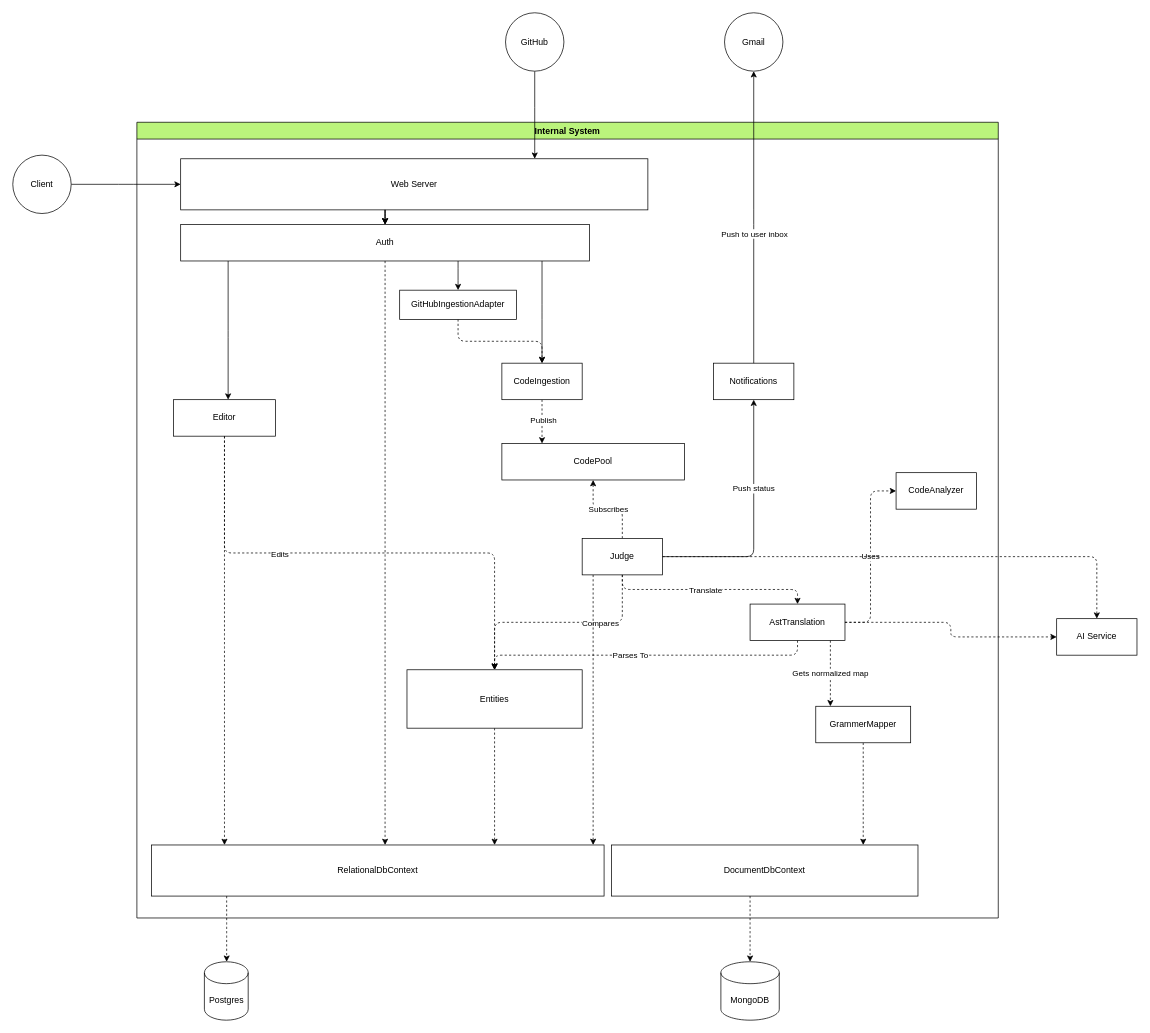
Before: Docs/Internal/architecture.drawio in Wright-u/core-backend, a draw.io diagram. Source tidied: cells renumbered, new cells numbered last; positions are measured from the earlier drawing's top-left corner, leaving out a move shared by most shapes. Both pictures are drawn from the tidied source at 73%, with x=0, y=0 at pixel (12, 12).
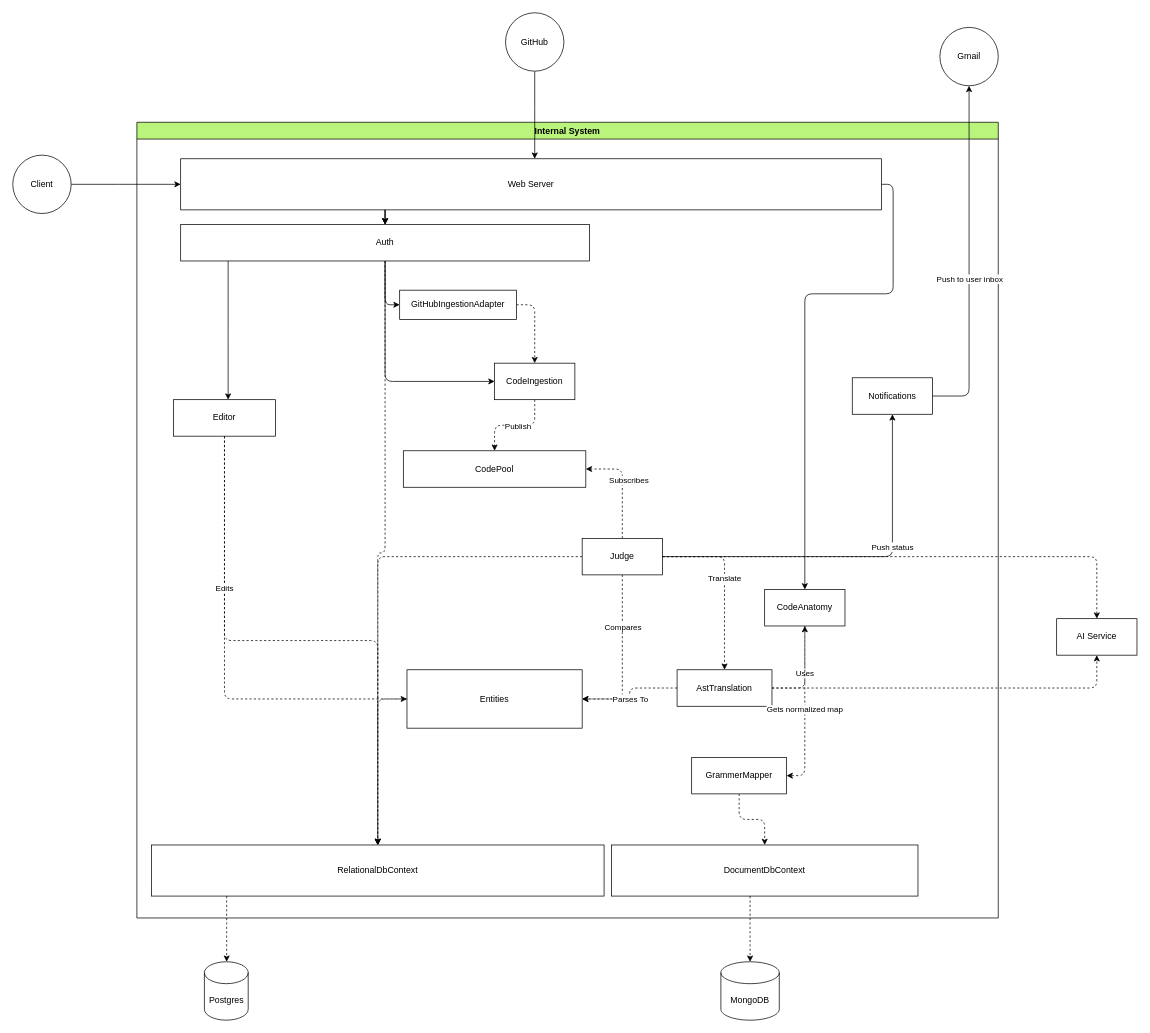
The same diagram, later.

Commit message (it also covers changes not shown here):
Update architecture diagrams for CodeAnatomy and add design.drawio

Unchanged cells that the change refers to:
```xml
<mxCell id="2" value="Internal System" style="swimlane;whiteSpace=wrap;html=1;fillColor=light-dark(#BBF47C,#BBF47C);fontColor=light-dark(#000000,#000000);" parent="1" vertex="1">
  <mxGeometry x="170" y="150" width="1180" height="1090" as="geometry" />
</mxCell>
<mxCell id="11" value="Judge" style="html=1;whiteSpace=wrap;" parent="2" vertex="1">
  <mxGeometry x="610" y="570" width="110" height="50" as="geometry" />
</mxCell>
<mxCell id="17" value="Entities" style="html=1;whiteSpace=wrap;" parent="2" vertex="1">
  <mxGeometry x="370" y="750" width="240" height="80" as="geometry" />
</mxCell>
<mxCell id="21" value="Editor" style="html=1;whiteSpace=wrap;" parent="2" vertex="1">
  <mxGeometry x="50" y="380" width="140" height="50" as="geometry" />
</mxCell>
<mxCell id="27" value="RelationalDbContext" style="html=1;whiteSpace=wrap;" parent="2" vertex="1">
  <mxGeometry x="20" y="990" width="620" height="70" as="geometry" />
</mxCell>
<mxCell id="36" value="GitHubIngestionAdapter" style="html=1;whiteSpace=wrap;" parent="2" vertex="1">
  <mxGeometry x="360" y="230" width="160" height="40" as="geometry" />
</mxCell>
<mxCell id="38" value="DocumentDbContext" style="html=1;whiteSpace=wrap;" parent="2" vertex="1">
  <mxGeometry x="650" y="990" width="420" height="70" as="geometry" />
</mxCell>
<mxCell id="43" value="Auth" style="html=1;whiteSpace=wrap;" parent="2" vertex="1">
  <mxGeometry x="60" y="140" width="560" height="50" as="geometry" />
</mxCell>
<mxCell id="45" value="AI Service" style="html=1;whiteSpace=wrap;" parent="1" vertex="1">
  <mxGeometry x="1430" y="830" width="110" height="50" as="geometry" />
</mxCell>
```

Change to the diagram source:
```diff
@@
-    <mxCell id="3" value="CodeAnalyzer" style="html=1;whiteSpace=wrap;" parent="2" vertex="1">
-      <mxGeometry x="1040" y="480" width="110" height="50" as="geometry" />
+    <mxCell id="3" value="CodeAnatomy" style="html=1;whiteSpace=wrap;" parent="2" vertex="1">
+      <mxGeometry x="860" y="640" width="110" height="50" as="geometry" />
     </mxCell>
-    <mxCell id="4" style="edgeStyle=elbowEdgeStyle;html=1;elbow=vertical;dashed=1;" parent="2" edge="1" source="11" target="17">
-      <mxGeometry relative="1" as="geometry" />
+    <mxCell id="4" style="edgeStyle=orthogonalEdgeStyle;html=1;elbow=vertical;dashed=1;libavoidRouting=1;" parent="2" edge="1" source="11" target="17">
+      <mxGeometry relative="1" as="geometry">
+        <Array as="points">
+          <mxPoint x="665" y="790" />
+        </Array>
+      </mxGeometry>
     </mxCell>
@@
-    <mxCell id="6" style="edgeStyle=elbowEdgeStyle;html=1;elbow=vertical;dashed=1;" parent="2" edge="1" source="11" target="37">
-      <mxGeometry relative="1" as="geometry" />
+    <mxCell id="6" style="edgeStyle=orthogonalEdgeStyle;html=1;elbow=vertical;dashed=1;libavoidRouting=1;" parent="2" edge="1" source="11" target="37">
+      <mxGeometry relative="1" as="geometry">
+        <Array as="points">
+          <mxPoint x="665" y="475" />
+        </Array>
+      </mxGeometry>
     </mxCell>
@@
-    <mxCell id="8" style="edgeStyle=elbowEdgeStyle;html=1;dashed=1;" parent="2" edge="1" source="11" target="27">
-      <mxGeometry relative="1" as="geometry" />
+    <mxCell id="8" style="edgeStyle=orthogonalEdgeStyle;html=1;dashed=1;libavoidRouting=1;" parent="2" edge="1" source="11" target="27">
+      <mxGeometry relative="1" as="geometry">
+        <Array as="points">
+          <mxPoint x="330" y="595" />
+        </Array>
+      </mxGeometry>
     </mxCell>
-    <mxCell id="9" style="edgeStyle=orthogonalEdgeStyle;html=1;elbow=vertical;" parent="2" edge="1" source="11" target="39">
-      <mxGeometry relative="1" as="geometry" />
+    <mxCell id="9" style="edgeStyle=orthogonalEdgeStyle;html=1;elbow=vertical;libavoidRouting=1;" parent="2" edge="1" source="11" target="39">
+      <mxGeometry relative="1" as="geometry">
+        <Array as="points">
+          <mxPoint x="1035" y="595" />
+        </Array>
+      </mxGeometry>
     </mxCell>
@@
     <mxCell id="12" value="AstTranslation" style="html=1;whiteSpace=wrap;" parent="2" vertex="1">
-      <mxGeometry x="840" y="660" width="130" height="50" as="geometry" />
+      <mxGeometry x="740" y="750" width="130" height="50" as="geometry" />
     </mxCell>
-    <mxCell id="13" style="edgeStyle=elbowEdgeStyle;html=1;dashed=1;elbow=vertical;" parent="2" edge="1" source="11" target="12">
-      <mxGeometry relative="1" as="geometry" />
+    <mxCell id="13" style="edgeStyle=orthogonalEdgeStyle;html=1;dashed=1;elbow=vertical;libavoidRouting=1;" parent="2" edge="1" source="11" target="12">
+      <mxGeometry relative="1" as="geometry">
+        <Array as="points">
+          <mxPoint x="805" y="595" />
+        </Array>
+      </mxGeometry>
     </mxCell>
@@
-    <mxCell id="15" value="Uses" style="edgeStyle=elbowEdgeStyle;html=1;dashed=1;elbow=horizontal;" parent="2" edge="1" source="12" target="3">
-      <mxGeometry relative="1" as="geometry" />
+    <mxCell id="15" value="Uses" style="edgeStyle=orthogonalEdgeStyle;html=1;dashed=1;elbow=horizontal;libavoidRouting=1;" parent="2" edge="1" source="12" target="3">
+      <mxGeometry relative="1" as="geometry">
+        <Array as="points">
+          <mxPoint x="915" y="775" />
+        </Array>
+      </mxGeometry>
     </mxCell>
-    <mxCell id="16" style="edgeStyle=elbowEdgeStyle;html=1;dashed=1;" parent="2" edge="1" source="17" target="27">
-      <mxGeometry relative="1" as="geometry" />
+    <mxCell id="16" style="edgeStyle=orthogonalEdgeStyle;html=1;dashed=1;libavoidRouting=1;" parent="2" edge="1" source="17" target="27">
+      <mxGeometry relative="1" as="geometry">
+        <Array as="points">
+          <mxPoint x="330" y="790" />
+        </Array>
+      </mxGeometry>
     </mxCell>
@@
-    <mxCell id="18" style="edgeStyle=elbowEdgeStyle;html=1;dashed=1;elbow=vertical;" parent="2" edge="1" source="12" target="17">
-      <mxGeometry relative="1" as="geometry" />
+    <mxCell id="18" style="edgeStyle=orthogonalEdgeStyle;html=1;dashed=1;elbow=vertical;libavoidRouting=1;" parent="2" edge="1" source="12" target="17">
+      <mxGeometry relative="1" as="geometry">
+        <Array as="points">
+          <mxPoint x="675" y="775" />
+          <mxPoint x="675" y="790" />
+        </Array>
+      </mxGeometry>
     </mxCell>
@@
-    <mxCell id="20" style="edgeStyle=elbowEdgeStyle;html=1;dashed=1;" parent="2" edge="1" source="21" target="27">
+    <mxCell id="20" style="edgeStyle=orthogonalEdgeStyle;html=1;dashed=1;" parent="2" edge="1" source="21" target="27">
       <mxGeometry relative="1" as="geometry" />
     </mxCell>
@@
-    <mxCell id="22" style="edgeStyle=elbowEdgeStyle;html=1;dashed=1;elbow=vertical;" parent="2" edge="1" source="21" target="17">
-      <mxGeometry relative="1" as="geometry" />
+    <mxCell id="22" style="edgeStyle=orthogonalEdgeStyle;html=1;dashed=1;elbow=vertical;libavoidRouting=1;" parent="2" edge="1" source="21" target="17">
+      <mxGeometry relative="1" as="geometry">
+        <Array as="points">
+          <mxPoint x="120" y="790" />
+        </Array>
+      </mxGeometry>
     </mxCell>
@@
-    <mxCell id="24" style="edgeStyle=elbowEdgeStyle;html=1;dashed=1;" parent="2" edge="1" source="25" target="38">
-      <mxGeometry relative="1" as="geometry" />
+    <mxCell id="24" style="edgeStyle=orthogonalEdgeStyle;html=1;dashed=1;libavoidRouting=1;" parent="2" edge="1" source="25" target="38">
+      <mxGeometry relative="1" as="geometry">
+        <Array as="points">
+          <mxPoint x="825" y="955" />
+          <mxPoint x="860" y="955" />
+        </Array>
+      </mxGeometry>
     </mxCell>
     <mxCell id="25" value="GrammerMapper" style="html=1;whiteSpace=wrap;" parent="2" vertex="1">
-      <mxGeometry x="930" y="800" width="130" height="50" as="geometry" />
+      <mxGeometry x="760" y="870" width="130" height="50" as="geometry" />
     </mxCell>
-    <mxCell id="26" value="Gets normalized map" style="edgeStyle=elbowEdgeStyle;html=1;dashed=1;elbow=horizontal;" parent="2" edge="1" source="12" target="25">
-      <mxGeometry relative="1" as="geometry" />
+    <mxCell id="26" value="Gets normalized map" style="edgeStyle=orthogonalEdgeStyle;html=1;dashed=1;elbow=horizontal;libavoidRouting=1;" parent="2" edge="1" source="3" target="25">
+      <mxGeometry relative="1" as="geometry">
+        <Array as="points">
+          <mxPoint x="915" y="895" />
+        </Array>
+      </mxGeometry>
     </mxCell>
@@
-    <mxCell id="29" style="edgeStyle=elbowEdgeStyle;html=1;" parent="2" edge="1" source="43" target="34">
-      <mxGeometry relative="1" as="geometry" />
+    <mxCell id="29" style="edgeStyle=orthogonalEdgeStyle;html=1;libavoidRouting=1;" parent="2" edge="1" source="43" target="34">
+      <mxGeometry relative="1" as="geometry">
+        <Array as="points">
+          <mxPoint x="340" y="355" />
+        </Array>
+      </mxGeometry>
     </mxCell>
-    <mxCell id="30" style="edgeStyle=elbowEdgeStyle;html=1;" parent="2" edge="1" source="43" target="36">
-      <mxGeometry relative="1" as="geometry" />
+    <mxCell id="30" style="edgeStyle=orthogonalEdgeStyle;html=1;libavoidRouting=1;" parent="2" edge="1" source="43" target="36">
+      <mxGeometry relative="1" as="geometry">
+        <Array as="points">
+          <mxPoint x="340" y="250" />
+        </Array>
+      </mxGeometry>
     </mxCell>
+    <mxCell id="59" style="edgeStyle=orthogonalEdgeStyle;html=1;libavoidRouting=1;" parent="2" edge="1" source="31" target="3">
+      <mxGeometry relative="1" as="geometry">
+        <Array as="points">
+          <mxPoint x="1036" y="85" />
+          <mxPoint x="1036" y="235" />
+          <mxPoint x="915" y="235" />
+        </Array>
+      </mxGeometry>
+    </mxCell>
     <mxCell id="31" value="Web Server" style="html=1;whiteSpace=wrap;" parent="2" vertex="1">
-      <mxGeometry x="60" y="50" width="640" height="70" as="geometry" />
+      <mxGeometry x="60" y="50" width="960" height="70" as="geometry" />
     </mxCell>
-    <mxCell id="32" style="edgeStyle=elbowEdgeStyle;html=1;dashed=1;" parent="2" edge="1" source="34" target="37">
-      <mxGeometry relative="1" as="geometry" />
+    <mxCell id="32" style="edgeStyle=orthogonalEdgeStyle;html=1;dashed=1;libavoidRouting=1;" parent="2" edge="1" source="34" target="37">
+      <mxGeometry relative="1" as="geometry">
+        <Array as="points">
+          <mxPoint x="545" y="415" />
+          <mxPoint x="490" y="415" />
+        </Array>
+      </mxGeometry>
     </mxCell>
@@
     <mxCell id="34" value="CodeIngestion" style="html=1;whiteSpace=wrap;" parent="2" vertex="1">
-      <mxGeometry x="500" y="330" width="110" height="50" as="geometry" />
+      <mxGeometry x="490" y="330" width="110" height="50" as="geometry" />
     </mxCell>
-    <mxCell id="35" style="edgeStyle=elbowEdgeStyle;html=1;dashed=1;elbow=vertical;" parent="2" edge="1" source="36" target="34">
-      <mxGeometry relative="1" as="geometry" />
+    <mxCell id="35" style="edgeStyle=orthogonalEdgeStyle;html=1;dashed=1;elbow=vertical;libavoidRouting=1;" parent="2" edge="1" source="36" target="34">
+      <mxGeometry relative="1" as="geometry">
+        <Array as="points">
+          <mxPoint x="545" y="250" />
+        </Array>
+      </mxGeometry>
     </mxCell>
@@
     <mxCell id="37" value="CodePool" style="html=1;whiteSpace=wrap;" parent="2" vertex="1">
-      <mxGeometry x="500" y="440" width="250" height="50" as="geometry" />
+      <mxGeometry x="365" y="450" width="250" height="50" as="geometry" />
     </mxCell>
@@
     <mxCell id="39" value="Notifications" style="html=1;whiteSpace=wrap;" parent="2" vertex="1">
-      <mxGeometry x="790" y="330" width="110" height="50" as="geometry" />
+      <mxGeometry x="980" y="350" width="110" height="50" as="geometry" />
     </mxCell>
@@
-    <mxCell id="41" style="edgeStyle=elbowEdgeStyle;html=1;dashed=1;" parent="2" edge="1" source="43" target="27">
-      <mxGeometry relative="1" as="geometry" />
+    <mxCell id="41" style="edgeStyle=orthogonalEdgeStyle;html=1;dashed=1;libavoidRouting=1;" parent="2" edge="1" source="43" target="27">
+      <mxGeometry relative="1" as="geometry">
+        <Array as="points">
+          <mxPoint x="340" y="590" />
+          <mxPoint x="330" y="590" />
+        </Array>
+      </mxGeometry>
     </mxCell>
@@
     <mxCell id="54" value="Gmail" style="ellipse;whiteSpace=wrap;html=1;" parent="1" vertex="1">
-      <mxGeometry x="975" width="80" height="80" as="geometry" />
+      <mxGeometry x="1270" y="20" width="80" height="80" as="geometry" />
     </mxCell>
-    <mxCell id="55" style="edgeStyle=elbowEdgeStyle;html=1;elbow=vertical;" parent="1" edge="1" source="39" target="54">
-      <mxGeometry relative="1" as="geometry" />
+    <mxCell id="55" style="edgeStyle=orthogonalEdgeStyle;html=1;elbow=vertical;libavoidRouting=1;" parent="1" edge="1" source="39" target="54">
+      <mxGeometry relative="1" as="geometry">
+        <Array as="points">
+          <mxPoint x="1310" y="525" />
+        </Array>
+      </mxGeometry>
     </mxCell>
@@
     <mxCell id="58" style="edgeStyle=orthogonalEdgeStyle;html=1;dashed=1;libavoidRouting=1;" parent="1" edge="1" source="12" target="45">
       <mxGeometry relative="1" as="geometry">
         <Array as="points">
-          <mxPoint x="1285" y="835" />
-          <mxPoint x="1285" y="855" />
+          <mxPoint x="1485" y="925" />
         </Array>
       </mxGeometry>
     </mxCell>
```
